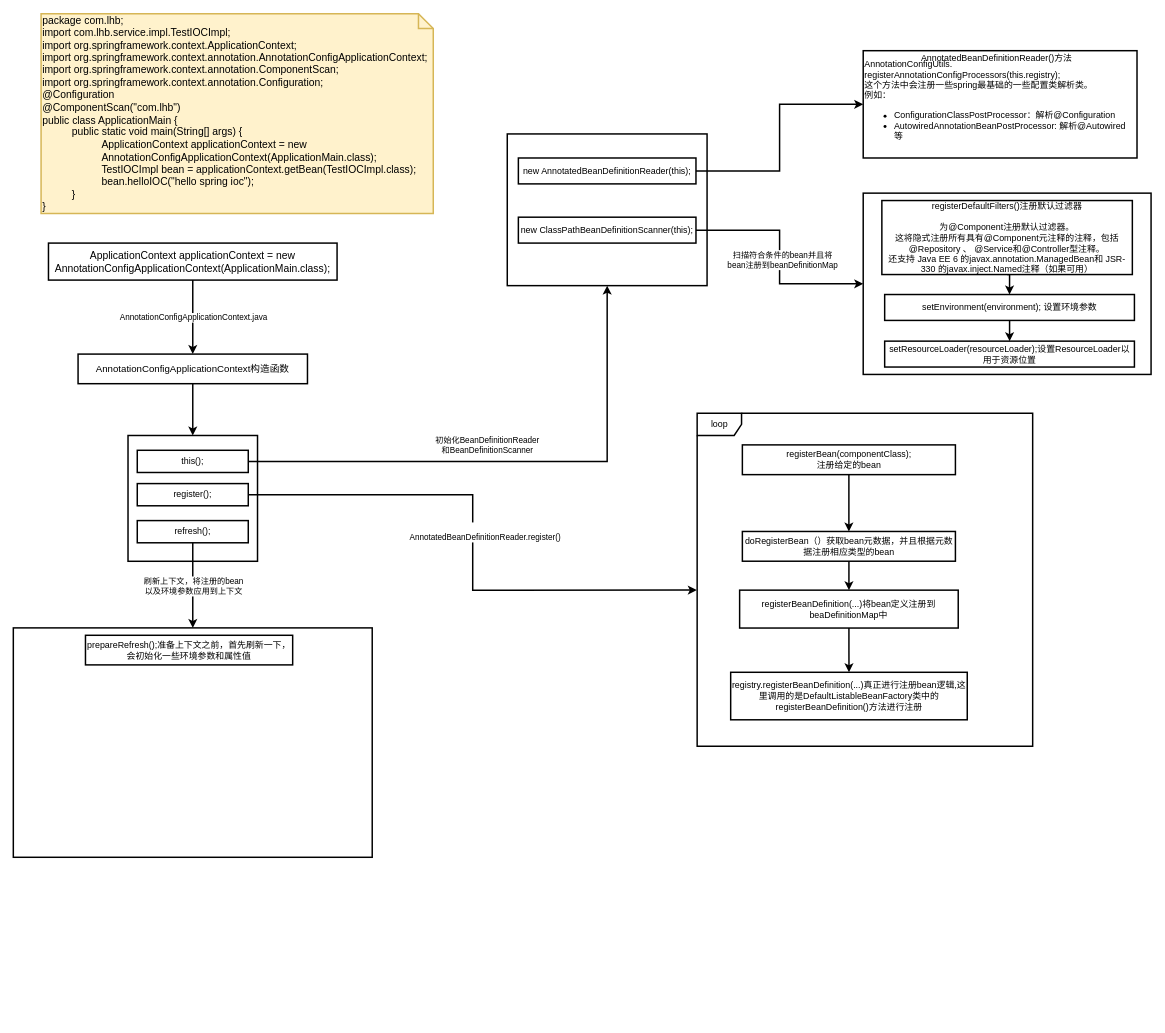
The draw.io diagram spring/IOC加载流程.drawio in LiHuiBin1995/study-java, before the edit. Source tidied: cells renumbered, new cells numbered last; positions are measured from the earlier drawing's top-left corner, leaving out a move shared by most shapes. Both pictures are drawn from the tidied source at 74%, with x=0, y=0 at pixel (13, 13).
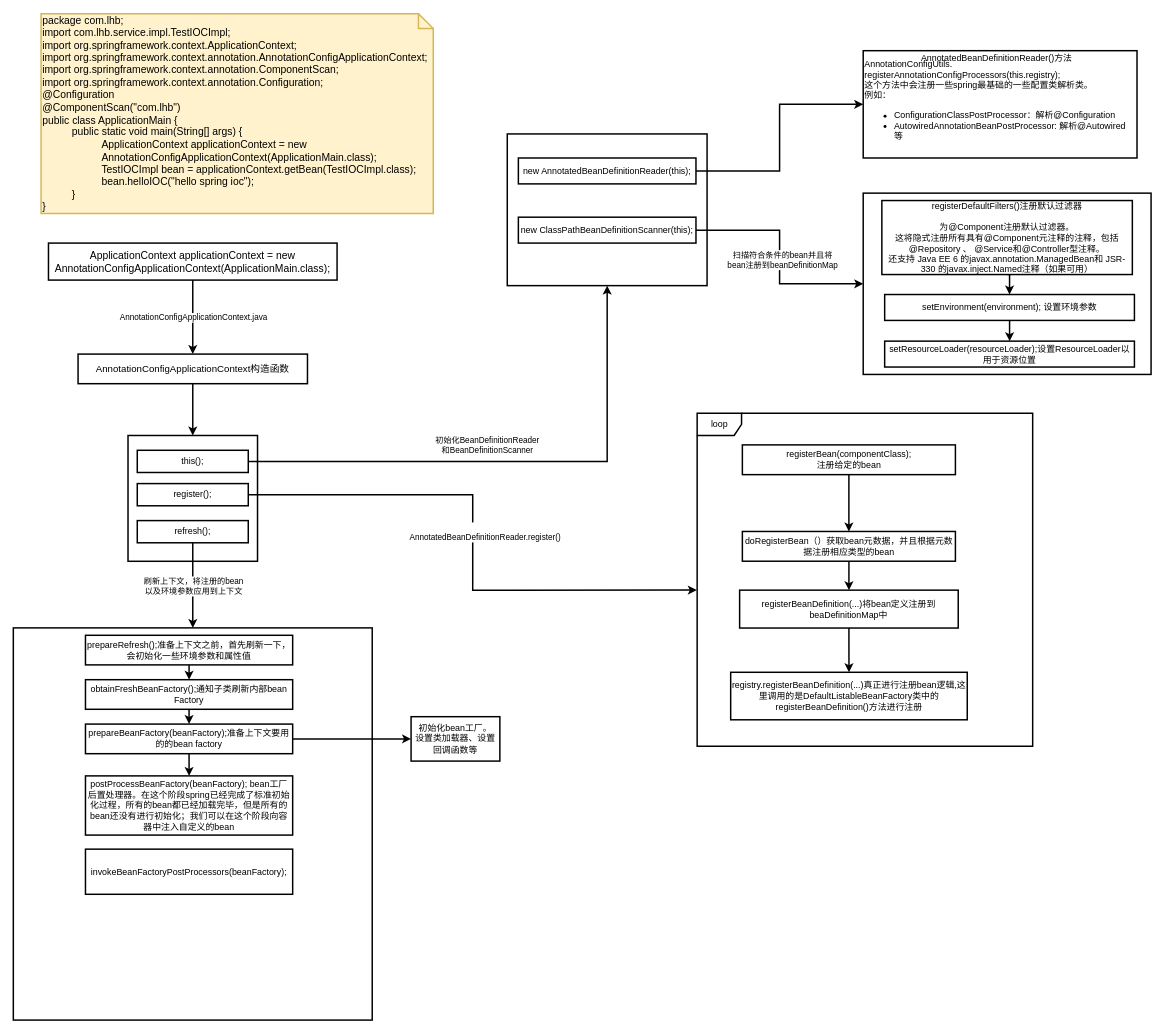
The same diagram, later.

Commit message:
更新IOC加载流程.drawio

The change refers to these unchanged cells:
```xml
<mxCell id="45" value="prepareRefresh();准备上下文之前，首先刷新一下，会初始化一些环境参数和属性值" style="rounded=0;whiteSpace=wrap;html=1;strokeWidth=2;" parent="1" vertex="1">
  <mxGeometry x="98" y="840" width="280" height="40" as="geometry" />
</mxCell>
```

Change to the diagram source:
```diff
@@
     <mxCell id="42" style="whiteSpace=wrap;html=1;rounded=0;strokeWidth=2;" parent="1" vertex="1">
-      <mxGeometry x="0.5" y="830" width="485" height="310" as="geometry" />
+      <mxGeometry x="0.5" y="830" width="485" height="530" as="geometry" />
     </mxCell>
@@
+    <mxCell id="46" style="edgeStyle=orthogonalEdgeStyle;rounded=0;jettySize=auto;html=1;exitX=0.5;exitY=1;exitDx=0;exitDy=0;entryX=0.5;entryY=0;entryDx=0;entryDy=0;strokeWidth=2;" parent="1" edge="1" source="45" target="48">
+      <mxGeometry relative="1" as="geometry" />
+    </mxCell>
@@
+    <mxCell id="47" style="edgeStyle=orthogonalEdgeStyle;rounded=0;jettySize=auto;html=1;exitX=0.5;exitY=1;exitDx=0;exitDy=0;entryX=0.5;entryY=0;entryDx=0;entryDy=0;strokeWidth=2;" parent="1" edge="1" source="48" target="51">
+      <mxGeometry relative="1" as="geometry" />
+    </mxCell>
+    <mxCell id="48" value="obtainFreshBeanFactory();通知子类刷新内部bean Factory" style="rounded=0;whiteSpace=wrap;html=1;strokeWidth=2;" parent="1" vertex="1">
+      <mxGeometry x="98" y="900" width="280" height="40" as="geometry" />
+    </mxCell>
+    <mxCell id="49" style="edgeStyle=orthogonalEdgeStyle;rounded=0;jettySize=auto;html=1;strokeWidth=2;" parent="1" edge="1" source="51" target="52">
+      <mxGeometry relative="1" as="geometry" />
+    </mxCell>
+    <mxCell id="50" style="edgeStyle=orthogonalEdgeStyle;rounded=0;jettySize=auto;html=1;strokeWidth=2;" parent="1" edge="1" source="51" target="53">
+      <mxGeometry relative="1" as="geometry" />
+    </mxCell>
+    <mxCell id="51" value="prepareBeanFactory(beanFactory);准备上下文要用的的bean factory" style="rounded=0;whiteSpace=wrap;html=1;strokeWidth=2;" parent="1" vertex="1">
+      <mxGeometry x="98" y="960" width="280" height="40" as="geometry" />
+    </mxCell>
+    <mxCell id="52" value="初始化bean工厂。&lt;br&gt;设置类加载器、设置回调函数等" style="whiteSpace=wrap;html=1;rounded=0;strokeWidth=2;" parent="1" vertex="1">
+      <mxGeometry x="538" y="950" width="120" height="60" as="geometry" />
+    </mxCell>
+    <mxCell id="53" value="postProcessBeanFactory(beanFactory); bean工厂后置处理器。在这个阶段spring已经完成了标准初始化过程，所有的bean都已经加载完毕，但是所有的bean还没有进行初始化；我们可以在这个阶段向容器中注入自定义的bean" style="rounded=0;whiteSpace=wrap;html=1;strokeWidth=2;" parent="1" vertex="1">
+      <mxGeometry x="98" y="1030" width="280" height="80" as="geometry" />
+    </mxCell>
+    <mxCell id="54" value="invokeBeanFactoryPostProcessors(beanFactory);" style="rounded=0;whiteSpace=wrap;html=1;strokeWidth=2;" parent="1" vertex="1">
+      <mxGeometry x="98" y="1129" width="280" height="61" as="geometry" />
+    </mxCell>
```
